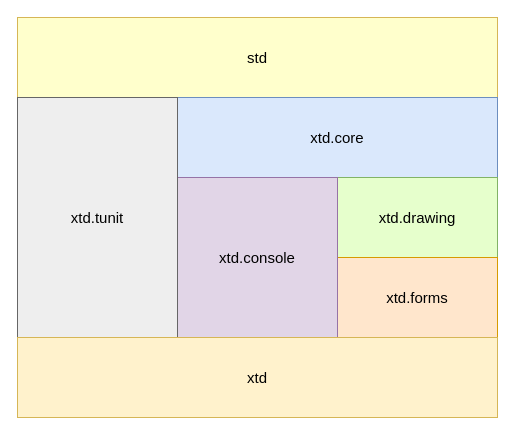
Before: docs/pictures/diagrams/block_diagram.drawio in gammasoft71/xtd, a draw.io diagram. Source tidied: cells renumbered, new cells numbered last; positions are measured from the earlier drawing's top-left corner, leaving out a move shared by most shapes. Both pictures are drawn from the tidied source at 100%, with x=0, y=0 at pixel (17, 17).
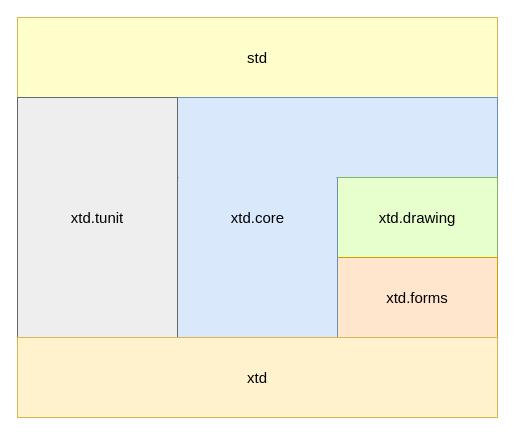
The same diagram, later.

Change to the diagram source:
```diff
@@
 <mxGraphModel>
   <root>
     <mxCell id="0" />
     <mxCell id="1" parent="0" />
     <mxCell id="2" value="&lt;span&gt;std&lt;/span&gt;" style="rounded=0;whiteSpace=wrap;html=1;strokeColor=#d6b656;fontSize=15;fillColor=#FFFFCC;" parent="1" vertex="1">
       <mxGeometry width="480" height="80" as="geometry" />
     </mxCell>
-    <mxCell id="3" value="xtd.core" style="rounded=0;whiteSpace=wrap;html=1;fillColor=#dae8fc;strokeColor=#6c8ebf;fontSize=15;" parent="1" vertex="1">
+    <mxCell id="3" style="rounded=0;whiteSpace=wrap;html=1;fillColor=#dae8fc;strokeColor=#6c8ebf;fontSize=15;" parent="1" vertex="1">
       <mxGeometry x="160" y="80" width="320" height="80" as="geometry" />
     </mxCell>
     <mxCell id="4" value="xtd.drawing" style="rounded=0;whiteSpace=wrap;html=1;fontSize=15;fillColor=#E6FFCC;strokeColor=#82B366;" parent="1" vertex="1">
       <mxGeometry x="320" y="160" width="160" height="80" as="geometry" />
     </mxCell>
     <mxCell id="5" value="xtd.forms" style="rounded=0;whiteSpace=wrap;html=1;fillColor=#FFE6CC;strokeColor=#d79b00;fontSize=15;" parent="1" vertex="1">
       <mxGeometry x="320" y="240" width="160" height="80" as="geometry" />
     </mxCell>
-    <mxCell id="6" value="&lt;span&gt;xtd.console&lt;/span&gt;" style="rounded=0;whiteSpace=wrap;html=1;fillColor=#e1d5e7;strokeColor=#9673a6;fontSize=15;" parent="1" vertex="1">
+    <mxCell id="6" style="rounded=0;whiteSpace=wrap;html=1;fillColor=#dae8fc;strokeColor=#6c8ebf;fontSize=15;" parent="1" vertex="1">
       <mxGeometry x="160" y="160" width="160" height="160" as="geometry" />
     </mxCell>
     <mxCell id="7" value="xtd.tunit" style="rounded=0;whiteSpace=wrap;html=1;fillColor=#EEEEEE;strokeColor=#666666;fontSize=15;" parent="1" vertex="1">
       <mxGeometry y="80" width="160" height="240" as="geometry" />
     </mxCell>
     <mxCell id="8" value="&lt;span&gt;xtd&lt;/span&gt;" style="rounded=0;whiteSpace=wrap;html=1;strokeColor=#d6b656;fontSize=15;fillColor=#fff2cc;" parent="1" vertex="1">
       <mxGeometry y="320" width="480" height="80" as="geometry" />
     </mxCell>
+    <mxCell id="9" style="rounded=0;whiteSpace=wrap;html=1;fillColor=#dae8fc;fontSize=15;strokeColor=none;" parent="1" vertex="1">
+      <mxGeometry x="161" y="150" width="158" height="30" as="geometry" />
+    </mxCell>
+    <mxCell id="10" value="xtd.core" style="text;html=1;align=center;verticalAlign=middle;fontSize=15;" parent="1" vertex="1">
+      <mxGeometry x="205" y="190" width="70" height="20" as="geometry" />
+    </mxCell>
   </root>
 </mxGraphModel>
```
